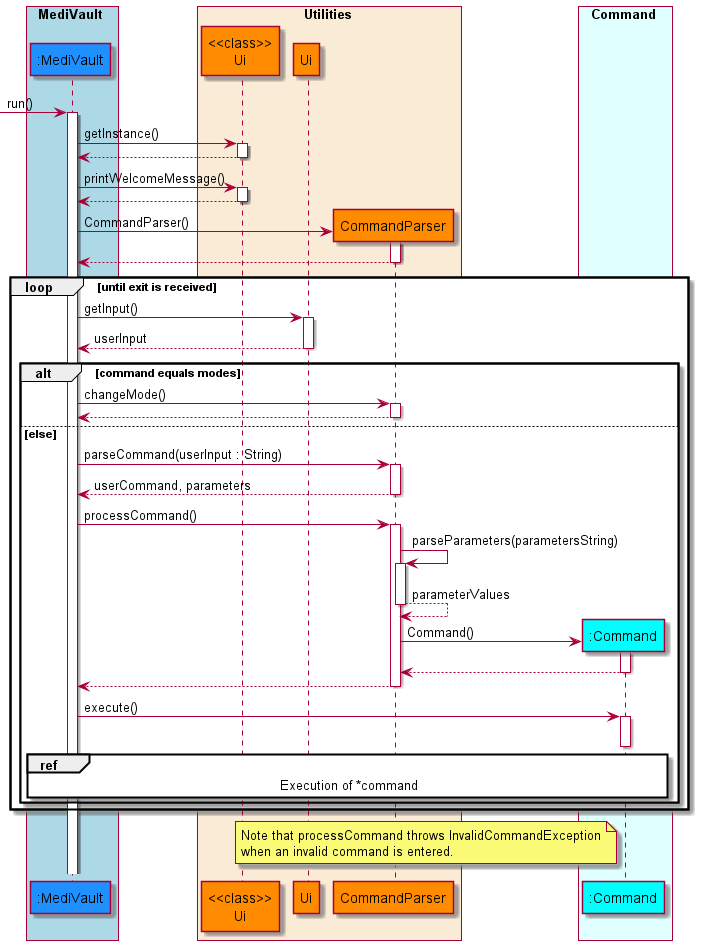
This is docs/diagrams/diagram_images/MainLogicSequenceDiagram.png from nus-cs2113-AY2122S1/tp, a PlantUML export, as it was before one commit.
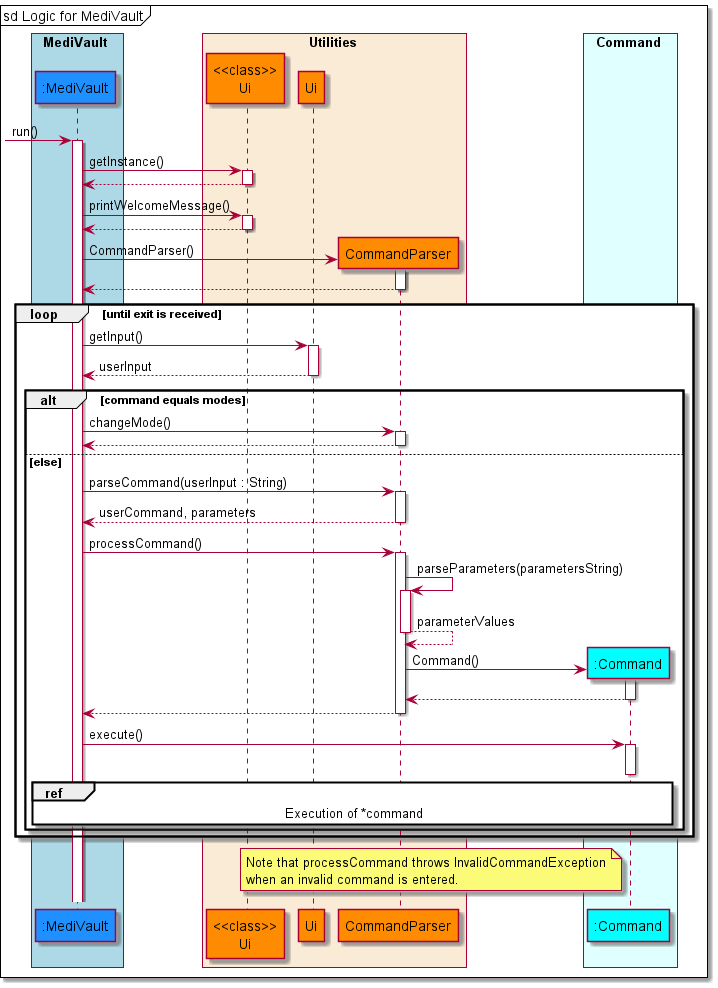
After the commit.

Commit message:
Update sequence diagrams

What changed in the source:
```diff
@@ -18,6 +18,7 @@
 
 autoactivate on
 
+mainFrame sd Logic for MediVault
 -> medivault: run()
     medivault -> uiclass : getInstance()
     medivault <-- uiclass
```
